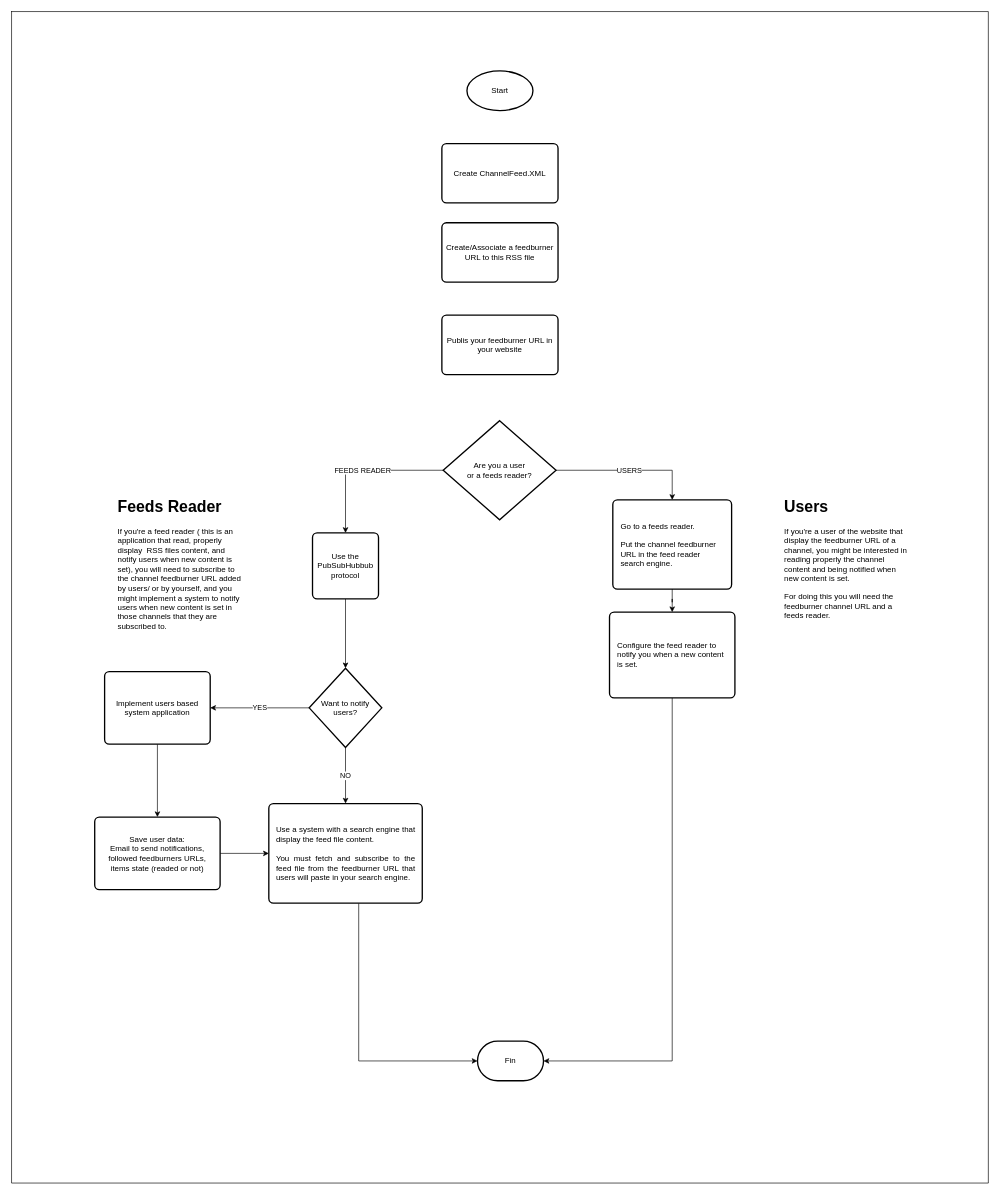
Before: documentación/Understanding RSS Diagram - For Consumers.drawio in GaelCodes/MyAnime, a draw.io diagram. Source tidied: cells renumbered, new cells numbered last; positions are measured from the earlier drawing's top-left corner, leaving out a move shared by most shapes. Both pictures are drawn from the tidied source at 66%, with x=0, y=0 at pixel (11, 11).
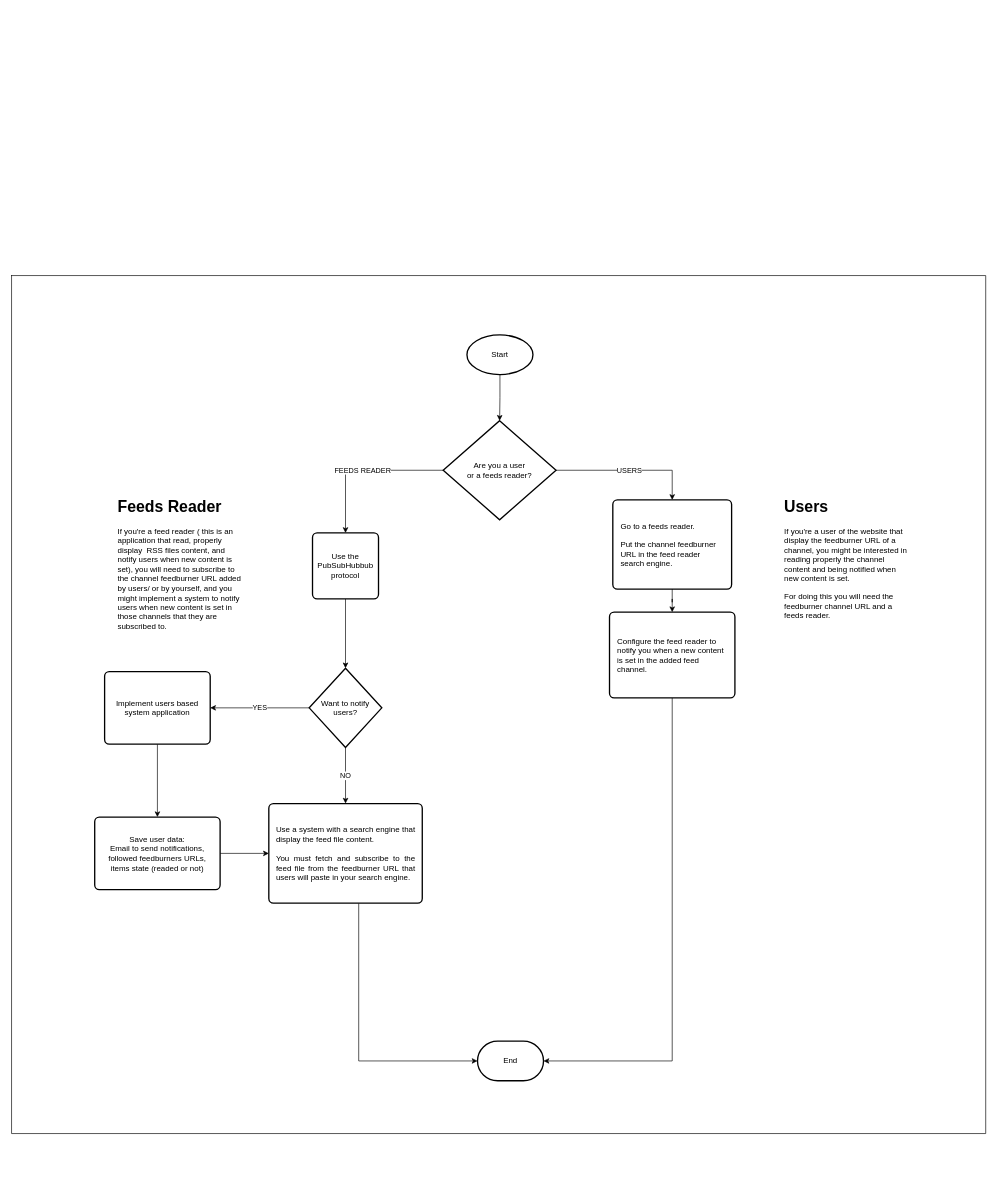
After the change.

Unchanged cells that the change refers to:
```xml
<mxCell id="12" value="Are you a user&lt;br&gt;or a feeds reader?" style="strokeWidth=2;html=1;shape=mxgraph.flowchart.decision;whiteSpace=wrap;" parent="1" vertex="1">
  <mxGeometry x="654" y="620" width="171" height="150" as="geometry" />
</mxCell>
```

Diff of the diagram source:
```diff
@@
     <mxCell id="2" style="shape=table;startSize=0;childLayout=tableLayout;fillColor=none;" parent="1" vertex="1">
-      <mxGeometry width="1480" height="1775" as="geometry" />
+      <mxGeometry y="400" width="1476" height="1300" as="geometry" />
     </mxCell>
     <mxCell id="3" style="shape=tableRow;horizontal=0;startSize=0;swimlaneHead=0;swimlaneBody=0;top=0;left=0;bottom=0;right=0;fillColor=none;" parent="2" vertex="1">
-      <mxGeometry width="1480" height="1775" as="geometry" />
+      <mxGeometry width="1476" height="1300" as="geometry" />
     </mxCell>
     <mxCell id="4" style="shape=partialRectangle;html=1;whiteSpace=wrap;overflow=hidden;fillColor=none;top=0;left=0;bottom=0;right=0;" parent="3" vertex="1">
-      <mxGeometry width="1480" height="1775" as="geometry" />
+      <mxGeometry width="1476" height="1300" as="geometry" />
     </mxCell>
+    <mxCell id="30" style="edgeStyle=orthogonalEdgeStyle;rounded=0;jettySize=auto;html=1;entryX=0.5;entryY=0;entryDx=0;entryDy=0;entryPerimeter=0;" parent="1" edge="1" source="5" target="12">
+      <mxGeometry relative="1" as="geometry" />
+    </mxCell>
     <mxCell id="5" value="Start" style="strokeWidth=2;html=1;shape=mxgraph.flowchart.start_1;whiteSpace=wrap;" parent="1" vertex="1">
-      <mxGeometry x="690" y="90" width="100" height="60" as="geometry" />
+      <mxGeometry x="690" y="490" width="100" height="60" as="geometry" />
     </mxCell>
-    <mxCell id="6" value="Fin" style="strokeWidth=2;html=1;shape=mxgraph.flowchart.terminator;whiteSpace=wrap;" parent="1" vertex="1">
+    <mxCell id="6" value="End" style="strokeWidth=2;html=1;shape=mxgraph.flowchart.terminator;whiteSpace=wrap;" parent="1" vertex="1">
       <mxGeometry x="706" y="1560" width="100" height="60" as="geometry" />
     </mxCell>
-    <mxCell id="7" value="Create ChannelFeed.XML" style="rounded=1;whiteSpace=wrap;html=1;absoluteArcSize=1;arcSize=14;strokeWidth=2;" parent="1" vertex="1">
-      <mxGeometry x="652" y="200" width="176" height="90" as="geometry" />
-    </mxCell>
-    <mxCell id="8" value="Create/Associate a feedburner URL to this RSS file" style="rounded=1;whiteSpace=wrap;html=1;absoluteArcSize=1;arcSize=14;strokeWidth=2;" parent="1" vertex="1">
-      <mxGeometry x="652" y="320" width="176" height="90" as="geometry" />
-    </mxCell>
-    <mxCell id="9" value="Publis your feedburner URL in your website" style="rounded=1;whiteSpace=wrap;html=1;absoluteArcSize=1;arcSize=14;strokeWidth=2;" parent="1" vertex="1">
-      <mxGeometry x="652" y="460" width="176" height="90" as="geometry" />
-    </mxCell>
@@
-    <mxCell id="18" value="&lt;div&gt;&lt;span&gt;Configure the feed reader to notify you when a new content is set.&lt;/span&gt;&lt;/div&gt;" style="rounded=1;whiteSpace=wrap;html=1;absoluteArcSize=1;arcSize=14;strokeWidth=2;align=left;spacing=12;" parent="1" vertex="1">
+    <mxCell id="18" value="&lt;div&gt;&lt;span&gt;Configure the feed reader to notify you when a new content is set in the added feed channel.&lt;/span&gt;&lt;/div&gt;" style="rounded=1;whiteSpace=wrap;html=1;absoluteArcSize=1;arcSize=14;strokeWidth=2;align=left;spacing=12;" parent="1" vertex="1">
       <mxGeometry x="906" y="910" width="190" height="130" as="geometry" />
     </mxCell>
```
